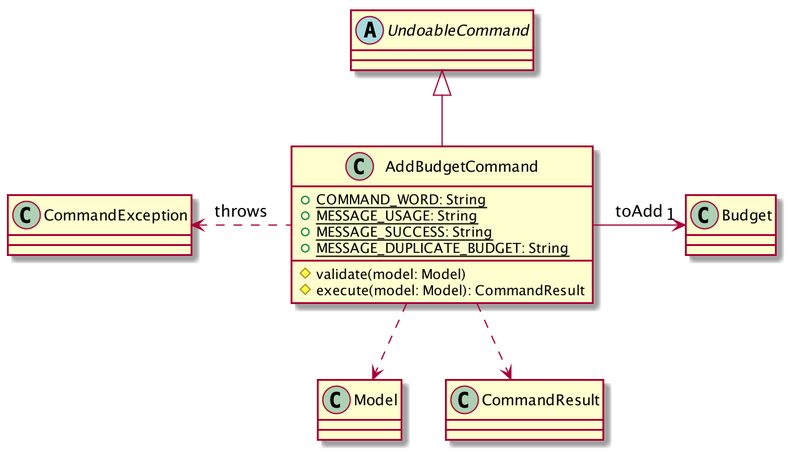
Before: docs/images/AddBudgetCommandClassDiagram.png, a diagram exported from PlantUML (nus-cs2103-AY1920S1/addressbook-level3).
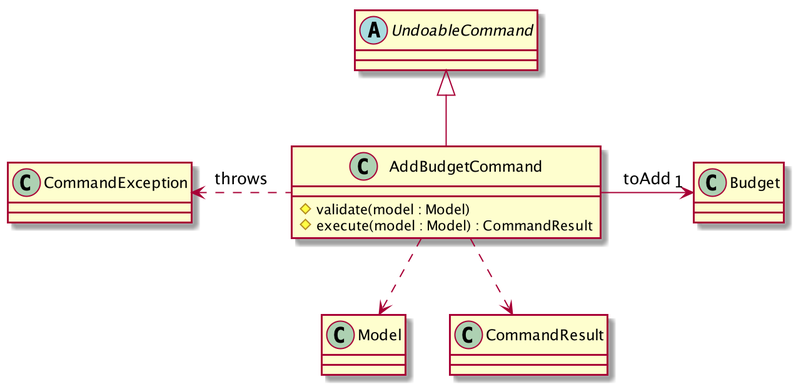
Above is the later version.

Diff of the diagram source:
```diff
@@ -1,12 +1,8 @@
 @startuml
 
 class AddBudgetCommand {
-+{static} COMMAND_WORD: String
-+{static} MESSAGE_USAGE: String
-+{static} MESSAGE_SUCCESS: String
-+{static} MESSAGE_DUPLICATE_BUDGET: String
-#validate(model: Model)
-#execute(model: Model): CommandResult
+#validate(model : Model)
+#execute(model : Model) : CommandResult
 }
 
 abstract class UndoableCommand
```
